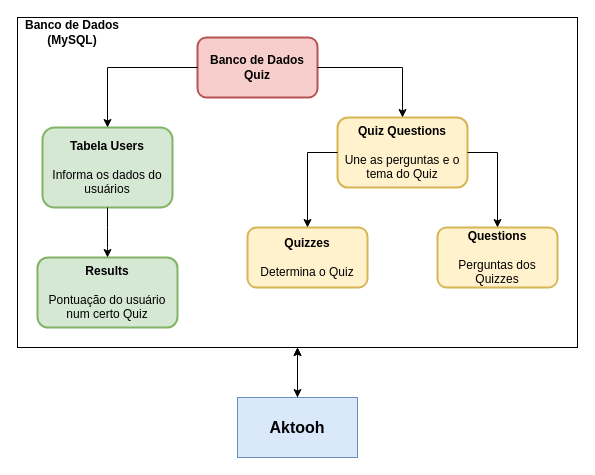
Before: Diagramas/Banco de dados.drawio in FFCfelps1/Projeto_Semestral_LP, a draw.io diagram. Source tidied: cells renumbered, new cells numbered last; positions are measured from the earlier drawing's top-left corner, leaving out a move shared by most shapes. Both pictures are drawn from the tidied source at 100%, with x=0, y=0 at pixel (17, 17).
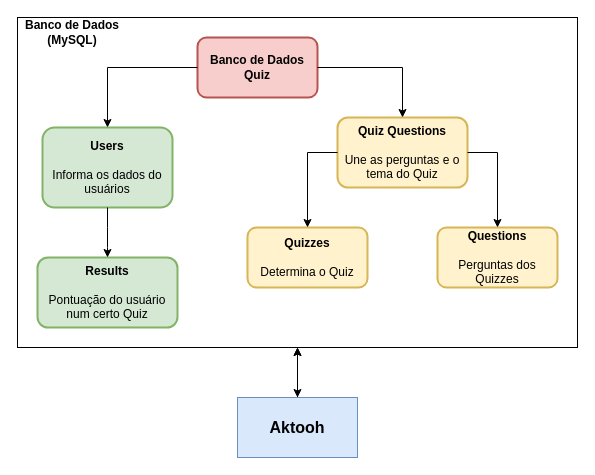
The same diagram, later.

Change to the diagram source:
```diff
@@
-    <mxCell id="4" value="&lt;span&gt;Tabela Users&lt;/span&gt;&lt;div&gt;&lt;span&gt;&lt;br&gt;&lt;/span&gt;&lt;/div&gt;&lt;div&gt;&lt;span style=&quot;font-weight: normal;&quot;&gt;Informa os dados do usuários&lt;/span&gt;&lt;/div&gt;" style="rounded=1;whiteSpace=wrap;html=1;fillColor=#d5e8d4;strokeColor=#82b366;fontStyle=1;strokeWidth=2;" parent="1" vertex="1">
+    <mxCell id="4" value="&lt;span&gt;Users&lt;/span&gt;&lt;div&gt;&lt;span&gt;&lt;br&gt;&lt;/span&gt;&lt;/div&gt;&lt;div&gt;&lt;span style=&quot;font-weight: normal;&quot;&gt;Informa os dados do usuários&lt;/span&gt;&lt;/div&gt;" style="rounded=1;whiteSpace=wrap;html=1;fillColor=#d5e8d4;strokeColor=#82b366;fontStyle=1;strokeWidth=2;" parent="1" vertex="1">
       <mxGeometry x="25" y="110" width="130" height="80" as="geometry" />
     </mxCell>
```
